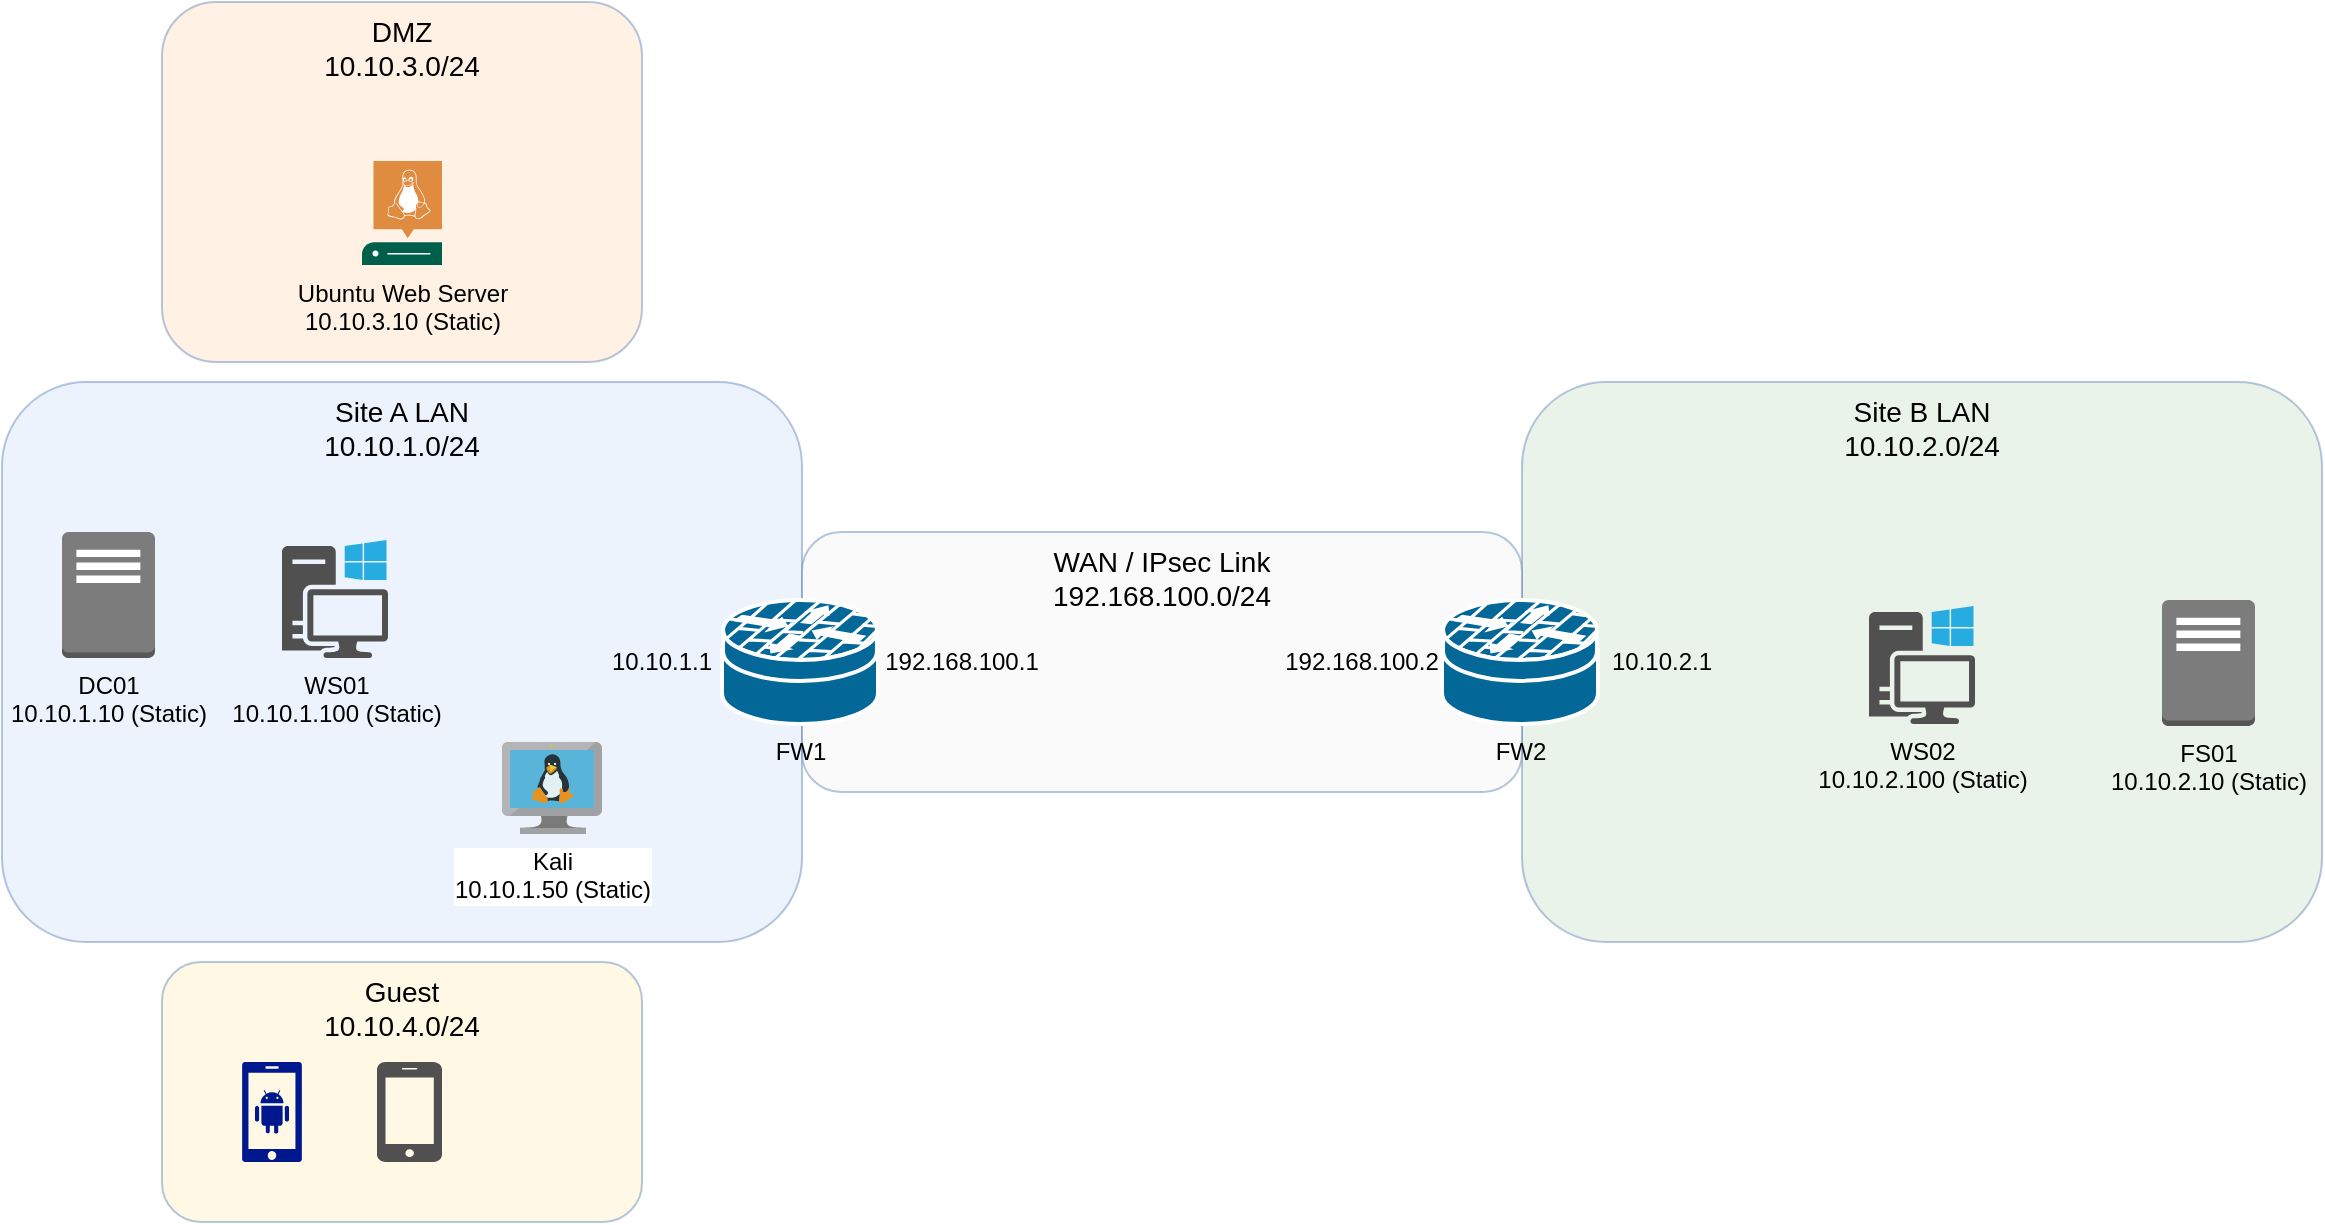
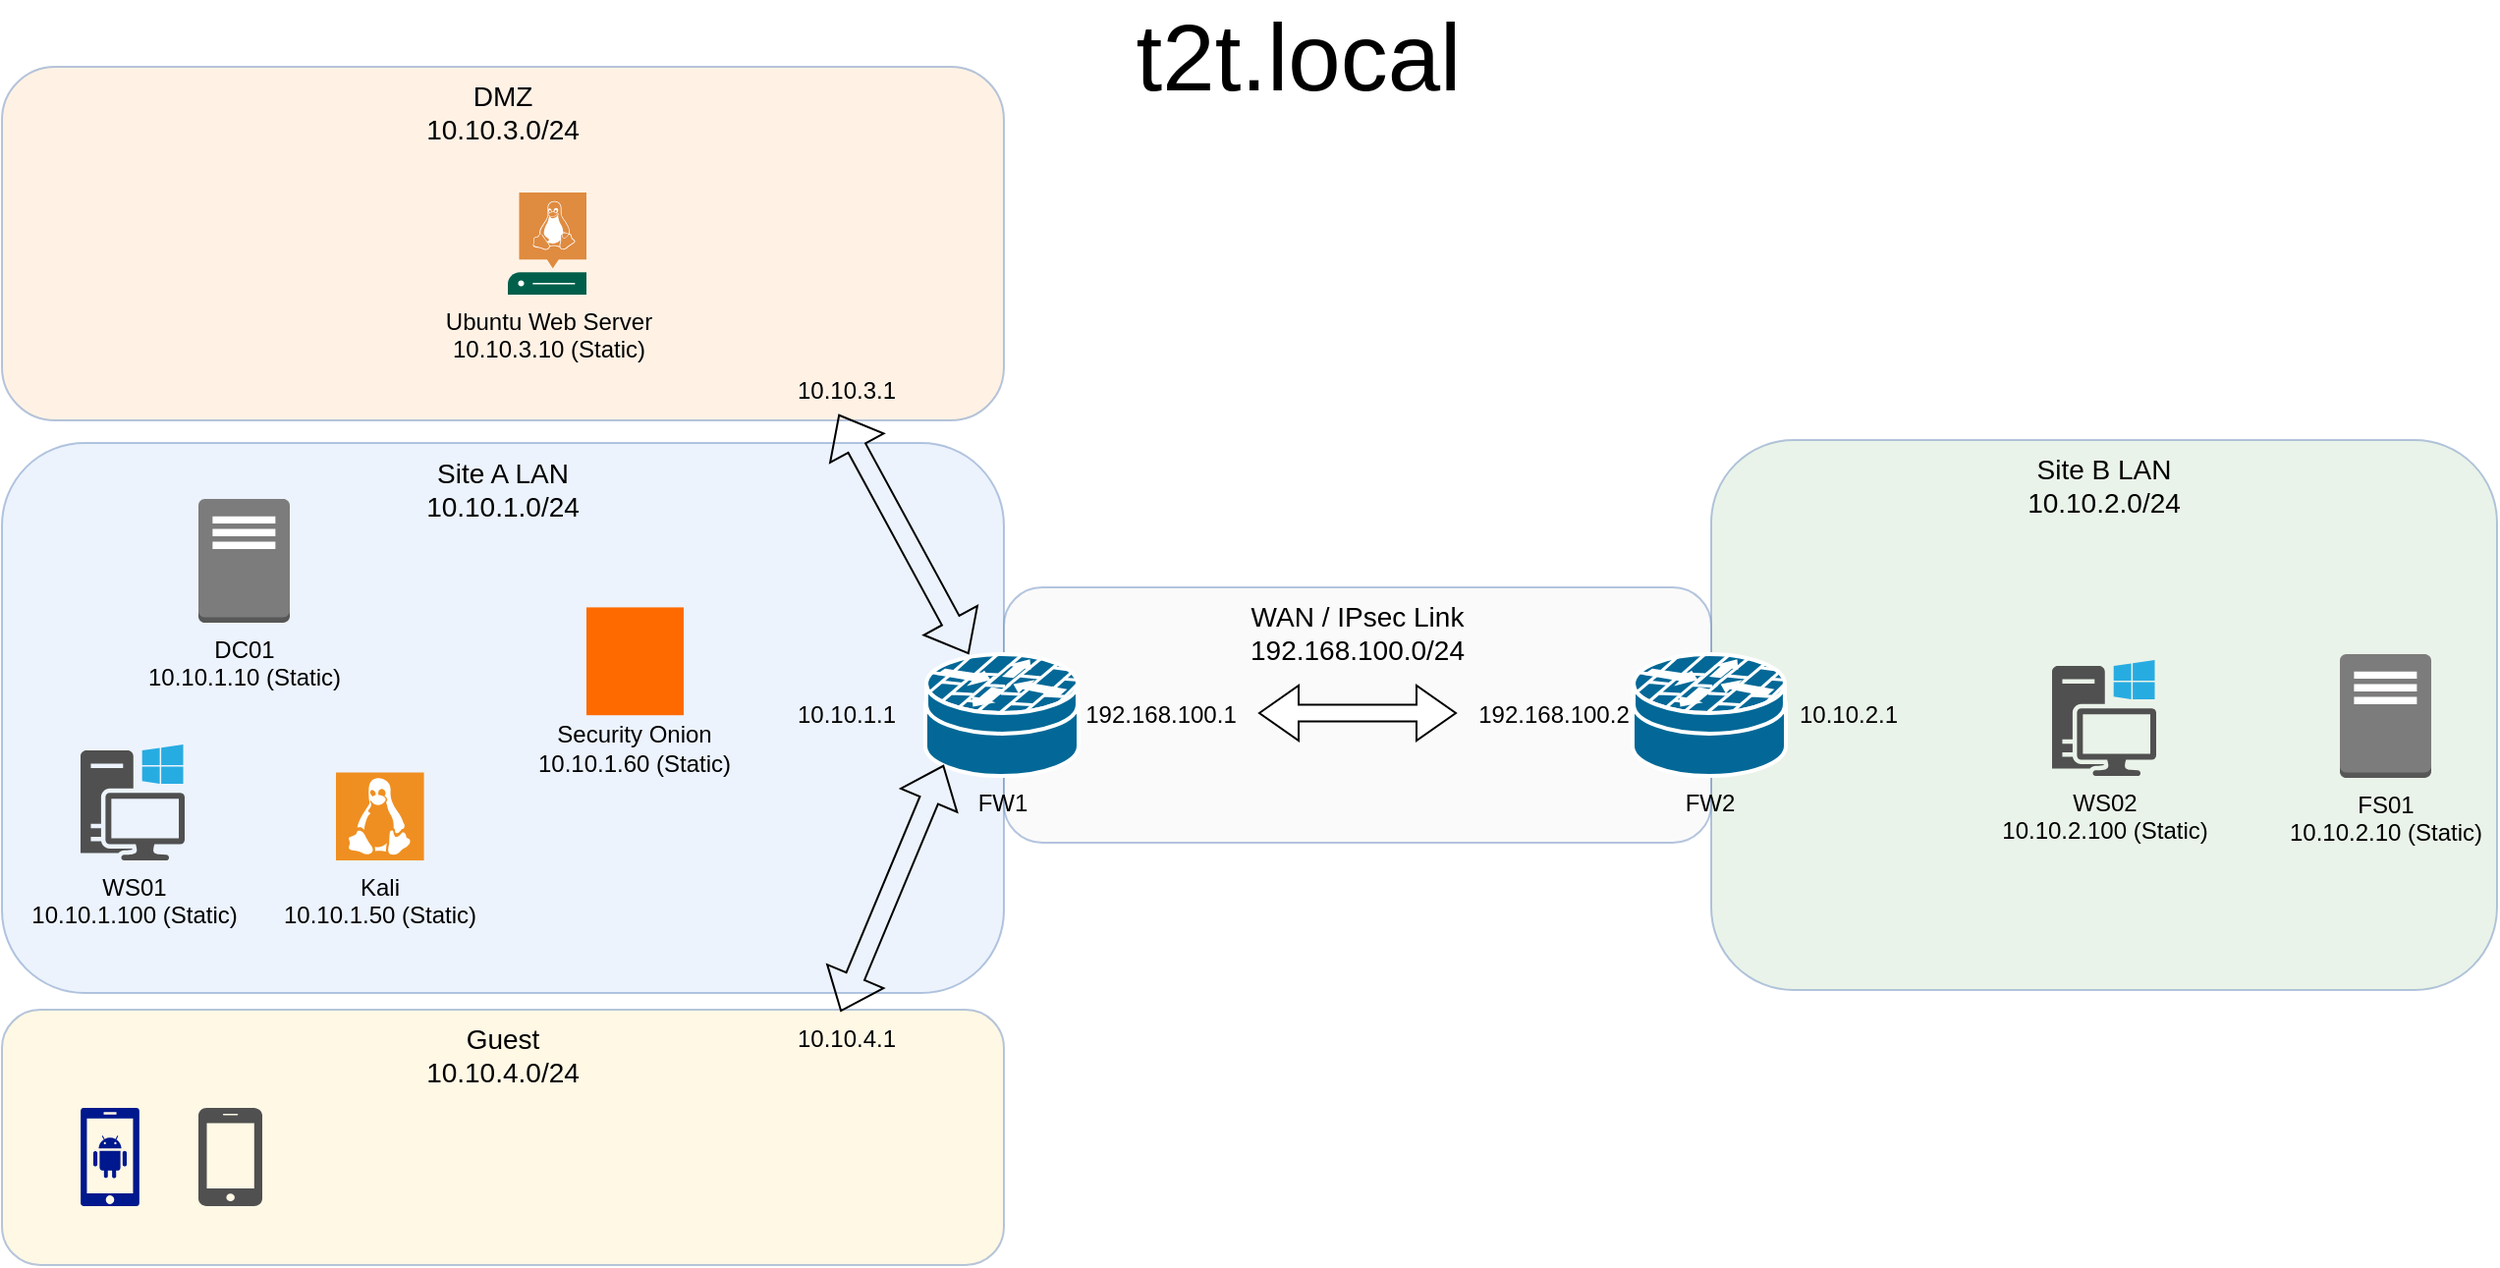
<mxfile host="app.diagrams.net">
  <diagram name="Page-1" id="aE-eTVAnwCrOjX7-gmKK">
    <mxGraphModel dx="1814" dy="1149" grid="1" gridSize="10" guides="1" tooltips="1" connect="1" arrows="1" fold="1" page="0" pageScale="1" pageWidth="850" pageHeight="1100" math="0" shadow="0">
      <root>
        <mxCell id="0" />
        <mxCell id="1" parent="0" />
        <mxCell id="EZgRDW7K4JCvW-KvDmnW-1" parent="1" style="rounded=1;whiteSpace=wrap;html=1;fillColor=#dae8fc;strokeColor=#6c8ebf;opacity=50;fontSize=14;verticalAlign=top;" value="Site A LAN&lt;div&gt;10.10.1.0/24&lt;/div&gt;" vertex="1">
-           <mxGeometry height="280" width="400" x="-140" y="160" as="geometry" />
+           <mxGeometry height="280" width="510" x="-250" y="161.5" as="geometry" />
        </mxCell>
        <mxCell id="EZgRDW7K4JCvW-KvDmnW-2" parent="1" style="rounded=1;whiteSpace=wrap;html=1;fillColor=#d5e8d4;strokeColor=#6c8ebf;opacity=50;fontSize=14;verticalAlign=top;" value="Site B LAN&lt;div&gt;10.10.2.0/24&lt;/div&gt;" vertex="1">
          <mxGeometry height="280" width="400" x="620" y="160" as="geometry" />
        </mxCell>
        <mxCell id="EZgRDW7K4JCvW-KvDmnW-4" parent="1" style="rounded=1;whiteSpace=wrap;html=1;fillColor=#ffe6cc;strokeColor=#6c8ebf;opacity=50;fontSize=14;verticalAlign=top;" value="DMZ&lt;div&gt;10.10.3.0/24&lt;/div&gt;" vertex="1">
-           <mxGeometry height="180" width="240" x="-60" y="-30" as="geometry" />
+           <mxGeometry height="180" width="510" x="-250" y="-30" as="geometry" />
        </mxCell>
        <mxCell id="EZgRDW7K4JCvW-KvDmnW-5" parent="1" style="rounded=1;whiteSpace=wrap;html=1;fillColor=#fff2cc;strokeColor=#6c8ebf;opacity=50;fontSize=14;verticalAlign=top;" value="Guest&lt;div&gt;10.10.4.0/24&lt;/div&gt;" vertex="1">
-           <mxGeometry height="130" width="240" x="-60" y="450" as="geometry" />
+           <mxGeometry height="130" width="510" x="-250" y="450" as="geometry" />
        </mxCell>
        <mxCell id="61pzecp0BBr4OFAzCy6C-1" parent="1" style="rounded=1;whiteSpace=wrap;html=1;fillColor=#f5f5f5;strokeColor=#6c8ebf;opacity=50;fontSize=14;verticalAlign=top;" value="WAN / IPsec Link&lt;div&gt;192.168.100.0/24&lt;/div&gt;" vertex="1">
          <mxGeometry height="130" width="360" x="260" y="235" as="geometry" />
        </mxCell>
        <mxCell id="61pzecp0BBr4OFAzCy6C-2" parent="1" style="strokeColor=#ffffff;sketch=0;html=1;pointerEvents=1;dashed=0;fillColor=#036897;strokeWidth=2;verticalLabelPosition=bottom;verticalAlign=top;align=center;outlineConnect=0;shape=mxgraph.cisco.security.router_firewall;" value="&lt;div&gt;FW1&lt;/div&gt;" vertex="1">
          <mxGeometry height="62" width="78" x="220" y="269" as="geometry" />
        </mxCell>
        <mxCell id="61pzecp0BBr4OFAzCy6C-3" parent="1" style="strokeColor=#ffffff;sketch=0;html=1;pointerEvents=1;dashed=0;fillColor=#036897;strokeWidth=2;verticalLabelPosition=bottom;verticalAlign=top;align=center;outlineConnect=0;shape=mxgraph.cisco.security.router_firewall;" value="FW2" vertex="1">
          <mxGeometry height="62" width="78" x="580" y="269" as="geometry" />
        </mxCell>
        <mxCell id="61pzecp0BBr4OFAzCy6C-6" parent="1" style="text;html=1;whiteSpace=wrap;strokeColor=none;fillColor=none;align=center;verticalAlign=middle;rounded=0;" value="192.168.100.1" vertex="1">
          <mxGeometry height="30" width="60" x="310" y="285" as="geometry" />
        </mxCell>
        <mxCell id="61pzecp0BBr4OFAzCy6C-7" parent="1" style="text;html=1;whiteSpace=wrap;strokeColor=none;fillColor=none;align=center;verticalAlign=middle;rounded=0;" value="192.168.100.2" vertex="1">
          <mxGeometry height="30" width="60" x="510" y="285" as="geometry" />
        </mxCell>
        <mxCell id="61pzecp0BBr4OFAzCy6C-8" parent="1" style="text;html=1;whiteSpace=wrap;strokeColor=none;fillColor=none;align=center;verticalAlign=middle;rounded=0;" value="10.10.1.1" vertex="1">
-           <mxGeometry height="30" width="60" x="160" y="285" as="geometry" />
+           <mxGeometry height="30" width="60" x="150" y="285" as="geometry" />
        </mxCell>
        <mxCell id="61pzecp0BBr4OFAzCy6C-9" parent="1" style="text;html=1;whiteSpace=wrap;strokeColor=none;fillColor=none;align=center;verticalAlign=middle;rounded=0;" value="10.10.2.1" vertex="1">
          <mxGeometry height="30" width="60" x="660" y="285" as="geometry" />
        </mxCell>
        <mxCell id="61pzecp0BBr4OFAzCy6C-10" parent="1" style="outlineConnect=0;dashed=0;verticalLabelPosition=bottom;verticalAlign=top;align=center;html=1;shape=mxgraph.aws3.traditional_server;fillColor=#7D7C7C;gradientColor=none;" value="DC01&lt;div&gt;10.10.1.10 (Static)&lt;/div&gt;" vertex="1">
-           <mxGeometry height="63" width="46.5" x="-110" y="235" as="geometry" />
+           <mxGeometry height="63" width="46.5" x="-150" y="190" as="geometry" />
        </mxCell>
        <mxCell id="61pzecp0BBr4OFAzCy6C-11" parent="1" style="outlineConnect=0;dashed=0;verticalLabelPosition=bottom;verticalAlign=top;align=center;html=1;shape=mxgraph.aws3.traditional_server;fillColor=#7D7C7C;gradientColor=none;" value="FS01&lt;div&gt;10.10.2.10 (Static)&lt;/div&gt;" vertex="1">
          <mxGeometry height="63" width="46.5" x="940" y="269" as="geometry" />
        </mxCell>
        <mxCell id="61pzecp0BBr4OFAzCy6C-12" parent="1" style="sketch=0;pointerEvents=1;shadow=0;dashed=0;html=1;strokeColor=none;fillColor=#505050;labelPosition=center;verticalLabelPosition=bottom;verticalAlign=top;outlineConnect=0;align=center;shape=mxgraph.office.devices.workstation_pc;" value="WS01&lt;div&gt;10.10.1.100 (Static)&lt;/div&gt;" vertex="1">
-           <mxGeometry height="59" width="53" y="239" as="geometry" />
+           <mxGeometry height="59" width="53" x="-210" y="315" as="geometry" />
        </mxCell>
        <mxCell id="61pzecp0BBr4OFAzCy6C-13" parent="1" style="sketch=0;pointerEvents=1;shadow=0;dashed=0;html=1;strokeColor=none;fillColor=#505050;labelPosition=center;verticalLabelPosition=bottom;verticalAlign=top;outlineConnect=0;align=center;shape=mxgraph.office.devices.workstation_pc;" value="WS02&lt;div&gt;10.10.2.100 (Static)&lt;/div&gt;" vertex="1">
          <mxGeometry height="59" width="53" x="793.5" y="272" as="geometry" />
        </mxCell>
        <mxCell id="61pzecp0BBr4OFAzCy6C-14" parent="1" style="sketch=0;pointerEvents=1;shadow=0;dashed=0;html=1;strokeColor=none;fillColor=#005F4B;labelPosition=center;verticalLabelPosition=bottom;verticalAlign=top;align=center;outlineConnect=0;shape=mxgraph.veeam2.linux_server;" value="Ubuntu Web Server&lt;div&gt;10.10.3.10 (Static)&lt;/div&gt;" vertex="1">
-           <mxGeometry height="52" width="40" x="40" y="49.5" as="geometry" />
-         </mxCell>
-         <mxCell id="61pzecp0BBr4OFAzCy6C-18" parent="1" style="image;sketch=0;aspect=fixed;html=1;points=[];align=center;fontSize=12;image=img/lib/mscae/VM_Linux.svg;" value="Kali&lt;div&gt;10.10.1.50 (Static)&lt;/div&gt;" vertex="1">
-           <mxGeometry height="46" width="50" x="110" y="340" as="geometry" />
+           <mxGeometry height="52" width="40" x="7.5" y="34" as="geometry" />
        </mxCell>
        <mxCell id="61pzecp0BBr4OFAzCy6C-19" parent="1" style="sketch=0;aspect=fixed;pointerEvents=1;shadow=0;dashed=0;html=1;strokeColor=none;labelPosition=center;verticalLabelPosition=bottom;verticalAlign=top;align=center;fillColor=#00188D;shape=mxgraph.mscae.enterprise.android_phone" value="" vertex="1">
-           <mxGeometry height="50" width="30" x="-20" y="500" as="geometry" />
+           <mxGeometry height="50" width="30" x="-210" y="500" as="geometry" />
        </mxCell>
        <mxCell id="61pzecp0BBr4OFAzCy6C-20" parent="1" style="sketch=0;pointerEvents=1;shadow=0;dashed=0;html=1;strokeColor=none;fillColor=#505050;labelPosition=center;verticalLabelPosition=bottom;verticalAlign=top;outlineConnect=0;align=center;shape=mxgraph.office.devices.cell_phone_iphone_standalone;" value="" vertex="1">
-           <mxGeometry height="50" width="32.5" x="47.5" y="500" as="geometry" />
+           <mxGeometry height="50" width="32.5" x="-150" y="500" as="geometry" />
+         </mxCell>
+         <mxCell id="61pzecp0BBr4OFAzCy6C-22" parent="1" style="shape=doubleArrow;whiteSpace=wrap;html=1;" value="" vertex="1">
+           <mxGeometry height="28" width="100" x="390" y="285" as="geometry" />
+         </mxCell>
+         <mxCell id="61pzecp0BBr4OFAzCy6C-23" parent="1" style="shadow=0;dashed=0;html=1;strokeColor=none;fillColor=#EF8F21;labelPosition=center;verticalLabelPosition=bottom;verticalAlign=top;align=center;outlineConnect=0;shape=mxgraph.veeam.linux;" value="Kali&lt;div&gt;10.10.1.50 (Static)&lt;/div&gt;" vertex="1">
+           <mxGeometry height="44.8" width="44.8" x="-80" y="329.20000000000005" as="geometry" />
+         </mxCell>
+         <mxCell id="61pzecp0BBr4OFAzCy6C-24" parent="1" style="points=[];aspect=fixed;html=1;align=center;shadow=0;dashed=0;fillColor=#FF6A00;strokeColor=none;shape=mxgraph.alibaba_cloud.isoc_iot_security_operations_center;" value="" vertex="1">
+           <mxGeometry height="54.900000000000006" width="49.5" x="47.5" y="245.2" as="geometry" />
+         </mxCell>
+         <mxCell id="61pzecp0BBr4OFAzCy6C-25" parent="1" style="text;html=1;whiteSpace=wrap;strokeColor=none;fillColor=none;align=center;verticalAlign=middle;rounded=0;" value="Security Onion&lt;div&gt;10.10.1.60 (Static)&lt;/div&gt;" vertex="1">
+           <mxGeometry height="30" width="101.62" x="21.439999999999998" y="302" as="geometry" />
+         </mxCell>
+         <mxCell id="61pzecp0BBr4OFAzCy6C-26" parent="1" style="text;html=1;whiteSpace=wrap;strokeColor=none;fillColor=none;align=center;verticalAlign=middle;rounded=0;" value="&lt;font style=&quot;font-size: 48px;&quot;&gt;t2t.local&lt;/font&gt;" vertex="1">
+           <mxGeometry height="30" width="60" x="380" y="-50" as="geometry" />
+         </mxCell>
+         <mxCell id="61pzecp0BBr4OFAzCy6C-27" edge="1" parent="1" source="EZgRDW7K4JCvW-KvDmnW-5" style="shape=flexArrow;endArrow=classic;startArrow=classic;html=1;rounded=0;exitX=0.837;exitY=0.008;exitDx=0;exitDy=0;exitPerimeter=0;entryX=0.12;entryY=0.91;entryDx=0;entryDy=0;entryPerimeter=0;" target="61pzecp0BBr4OFAzCy6C-2" value="">
+           <mxGeometry height="100" relative="1" width="100" as="geometry">
+             <mxPoint x="160" y="465" as="sourcePoint" />
+             <mxPoint x="260" y="365" as="targetPoint" />
+           </mxGeometry>
+         </mxCell>
+         <mxCell id="61pzecp0BBr4OFAzCy6C-28" parent="1" style="text;html=1;whiteSpace=wrap;strokeColor=none;fillColor=none;align=center;verticalAlign=middle;rounded=0;" value="10.10.4.1" vertex="1">
+           <mxGeometry height="30" width="60" x="150" y="450" as="geometry" />
+         </mxCell>
+         <mxCell id="61pzecp0BBr4OFAzCy6C-29" edge="1" parent="1" source="EZgRDW7K4JCvW-KvDmnW-4" style="shape=flexArrow;endArrow=classic;startArrow=classic;html=1;rounded=0;exitX=0.835;exitY=0.983;exitDx=0;exitDy=0;exitPerimeter=0;" target="61pzecp0BBr4OFAzCy6C-2" value="">
+           <mxGeometry height="100" relative="1" width="100" as="geometry">
+             <mxPoint x="150" y="156" as="sourcePoint" />
+             <mxPoint x="202" y="30" as="targetPoint" />
+           </mxGeometry>
+         </mxCell>
+         <mxCell id="61pzecp0BBr4OFAzCy6C-30" parent="1" style="text;html=1;whiteSpace=wrap;strokeColor=none;fillColor=none;align=center;verticalAlign=middle;rounded=0;" value="10.10.3.1" vertex="1">
+           <mxGeometry height="30" width="60" x="150" y="120" as="geometry" />
        </mxCell>
      </root>
    </mxGraphModel>
  </diagram>
</mxfile>
